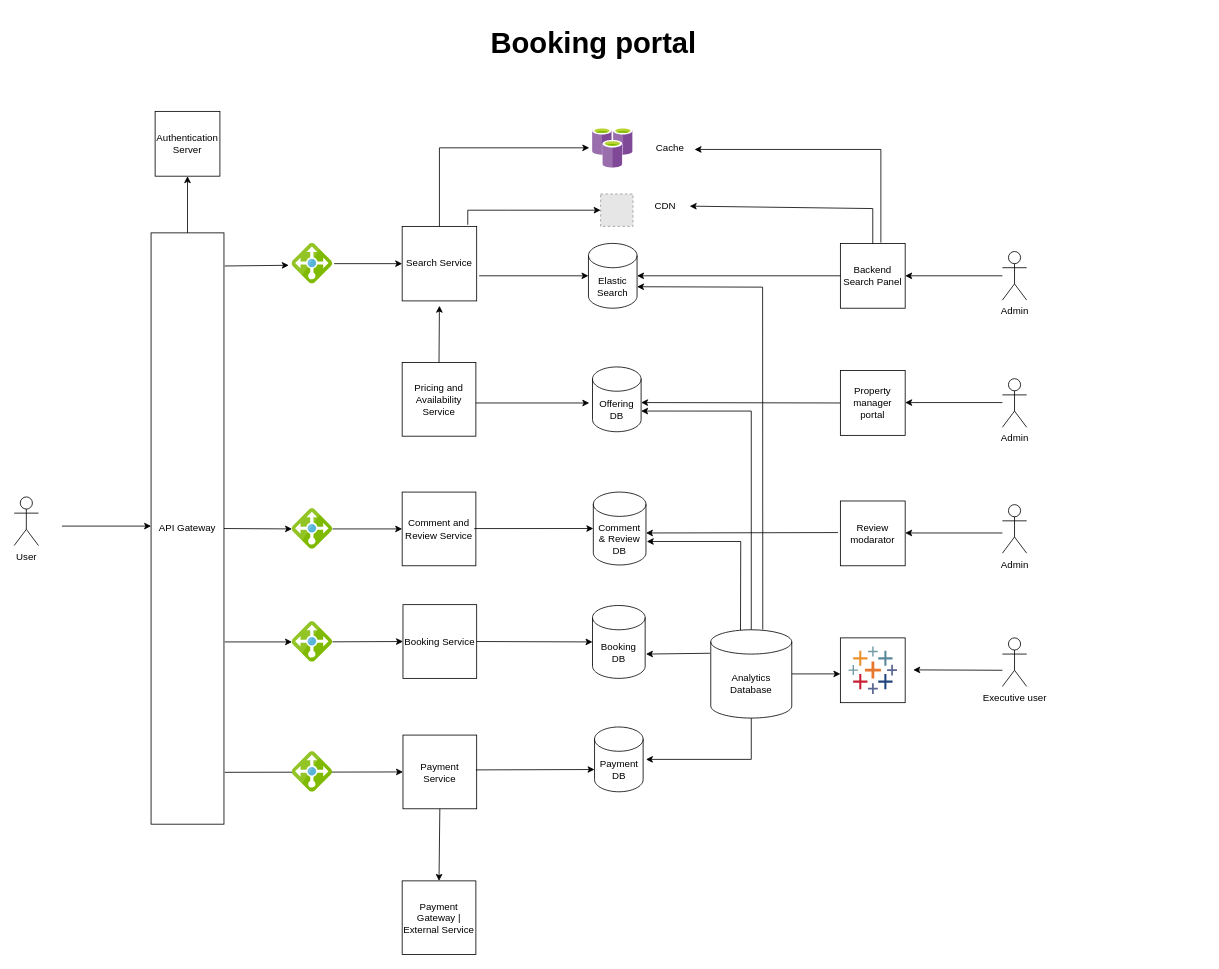
The draw.io diagram page "Page-4" (4 of 4) of System design.drawio in souravkayal/System-design, before the edit. Source tidied: cells renumbered, new cells numbered last; positions are measured from the earlier drawing's top-left corner, leaving out a move shared by most shapes. Both pictures are drawn from the tidied source at 81%, with x=0, y=0 at pixel (14, 14). Pictures stored in the file or linked from it are replaced by grey dashed boxes.
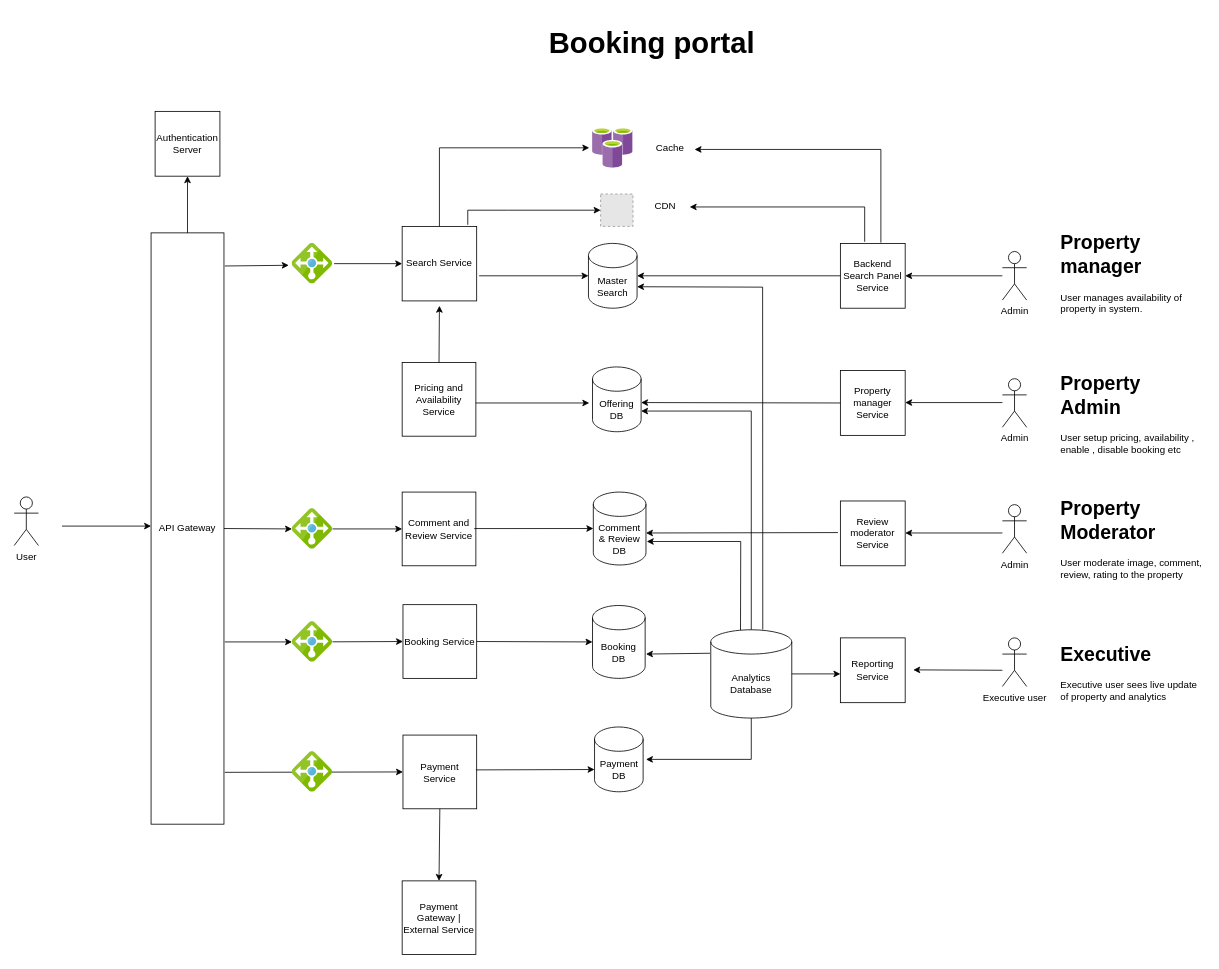
The same diagram, later.

Commit message:
updated comment on services

updated comment on services

Unchanged cells that the change refers to:
```xml
<mxCell id="19" value="CDN" style="text;html=1;align=center;verticalAlign=middle;whiteSpace=wrap;rounded=0;" parent="1" vertex="1">
  <mxGeometry x="774" y="222" width="60" height="30" as="geometry" />
</mxCell>
```

Change to the diagram source:
```diff
@@
-    <mxCell id="2" style="whiteSpace=wrap;html=1;" parent="1" vertex="1">
+    <mxCell id="2" value="Reporting Service" style="whiteSpace=wrap;html=1;" parent="1" vertex="1">
       <mxGeometry x="1020" y="770" width="80" height="80" as="geometry" />
     </mxCell>
     <mxCell id="3" value="&lt;b&gt;&lt;font style=&quot;font-size: 36px;&quot;&gt;Booking portal&lt;/font&gt;&lt;/b&gt;" style="text;html=1;align=center;verticalAlign=middle;whiteSpace=wrap;rounded=0;" parent="1" vertex="1">
-      <mxGeometry x="543" width="345" height="70" as="geometry" />
+      <mxGeometry x="615" width="345" height="70" as="geometry" />
     </mxCell>
@@
-    <mxCell id="10" value="Elastic Search" style="shape=cylinder3;whiteSpace=wrap;html=1;boundedLbl=1;backgroundOutline=1;size=15;" parent="1" vertex="1">
+    <mxCell id="10" value="Master&lt;div&gt;Search&lt;/div&gt;" style="shape=cylinder3;whiteSpace=wrap;html=1;boundedLbl=1;backgroundOutline=1;size=15;" parent="1" vertex="1">
       <mxGeometry x="709" y="283" width="60" height="80" as="geometry" />
     </mxCell>
@@
-    <mxCell id="39" value="Backend Search Panel" style="whiteSpace=wrap;html=1;" parent="1" vertex="1">
+    <mxCell id="39" value="Backend Search Panel Service" style="whiteSpace=wrap;html=1;" parent="1" vertex="1">
       <mxGeometry x="1020" y="283" width="80" height="80" as="geometry" />
     </mxCell>
@@
-    <mxCell id="41" style="endArrow=classic;html=1;rounded=0;exitX=0.5;exitY=0;exitDx=0;exitDy=0;entryX=1;entryY=0.5;entryDx=0;entryDy=0;" parent="1" edge="1" source="39" target="19">
+    <mxCell id="41" style="endArrow=classic;html=1;rounded=0;entryX=1;entryY=0.5;entryDx=0;entryDy=0;" parent="1" edge="1">
       <mxGeometry relative="1" as="geometry">
+        <mxPoint x="1050" y="281" as="sourcePoint" />
+        <mxPoint x="834" y="238" as="targetPoint" />
         <Array as="points">
-          <mxPoint x="1060" y="240" />
+          <mxPoint x="1050" y="238" />
         </Array>
       </mxGeometry>
     </mxCell>
@@
-    <mxCell id="45" value="Property manager portal" style="whiteSpace=wrap;html=1;" parent="1" vertex="1">
+    <mxCell id="45" value="Property manager Service" style="whiteSpace=wrap;html=1;" parent="1" vertex="1">
       <mxGeometry x="1020" y="440" width="80" height="80" as="geometry" />
     </mxCell>
@@
-    <mxCell id="49" value="Review modarator" style="whiteSpace=wrap;html=1;" parent="1" vertex="1">
+    <mxCell id="49" value="Review moderator Service" style="whiteSpace=wrap;html=1;" parent="1" vertex="1">
       <mxGeometry x="1020" y="601" width="80" height="80" as="geometry" />
     </mxCell>
@@
-    <mxCell id="53" style="verticalLabelPosition=bottom;html=1;shape=mxgraph.salesforce.analytics;" parent="1" vertex="1">
-      <mxGeometry x="1030" y="780.6" width="60" height="58.8" as="geometry" />
-    </mxCell>
@@
+    <mxCell id="68" value="&lt;h1 style=&quot;margin-top: 0px;&quot;&gt;Property manager&lt;/h1&gt;&lt;p&gt;User manages availability of property in system.&lt;/p&gt;" style="text;html=1;whiteSpace=wrap;overflow=hidden;rounded=0;" parent="1" vertex="1">
+      <mxGeometry x="1290" y="262" width="180" height="120" as="geometry" />
+    </mxCell>
+    <mxCell id="69" value="&lt;h1 style=&quot;margin-top: 0px;&quot;&gt;Property Admin&lt;/h1&gt;&lt;p&gt;User setup pricing, availability , enable , disable booking etc&lt;/p&gt;" style="text;html=1;whiteSpace=wrap;overflow=hidden;rounded=0;" parent="1" vertex="1">
+      <mxGeometry x="1290" y="435.5" width="180" height="120" as="geometry" />
+    </mxCell>
+    <mxCell id="70" value="&lt;h1 style=&quot;margin-top: 0px;&quot;&gt;Property Moderator&lt;/h1&gt;&lt;p&gt;User moderate image, comment, review, rating to the property&lt;/p&gt;" style="text;html=1;whiteSpace=wrap;overflow=hidden;rounded=0;" parent="1" vertex="1">
+      <mxGeometry x="1290" y="590" width="180" height="120" as="geometry" />
+    </mxCell>
+    <mxCell id="71" value="&lt;h1 style=&quot;margin-top: 0px;&quot;&gt;Executive&lt;/h1&gt;&lt;p&gt;Executive user sees live update of property and analytics&lt;/p&gt;" style="text;html=1;whiteSpace=wrap;overflow=hidden;rounded=0;" parent="1" vertex="1">
+      <mxGeometry x="1290" y="770" width="180" height="90" as="geometry" />
+    </mxCell>
```
